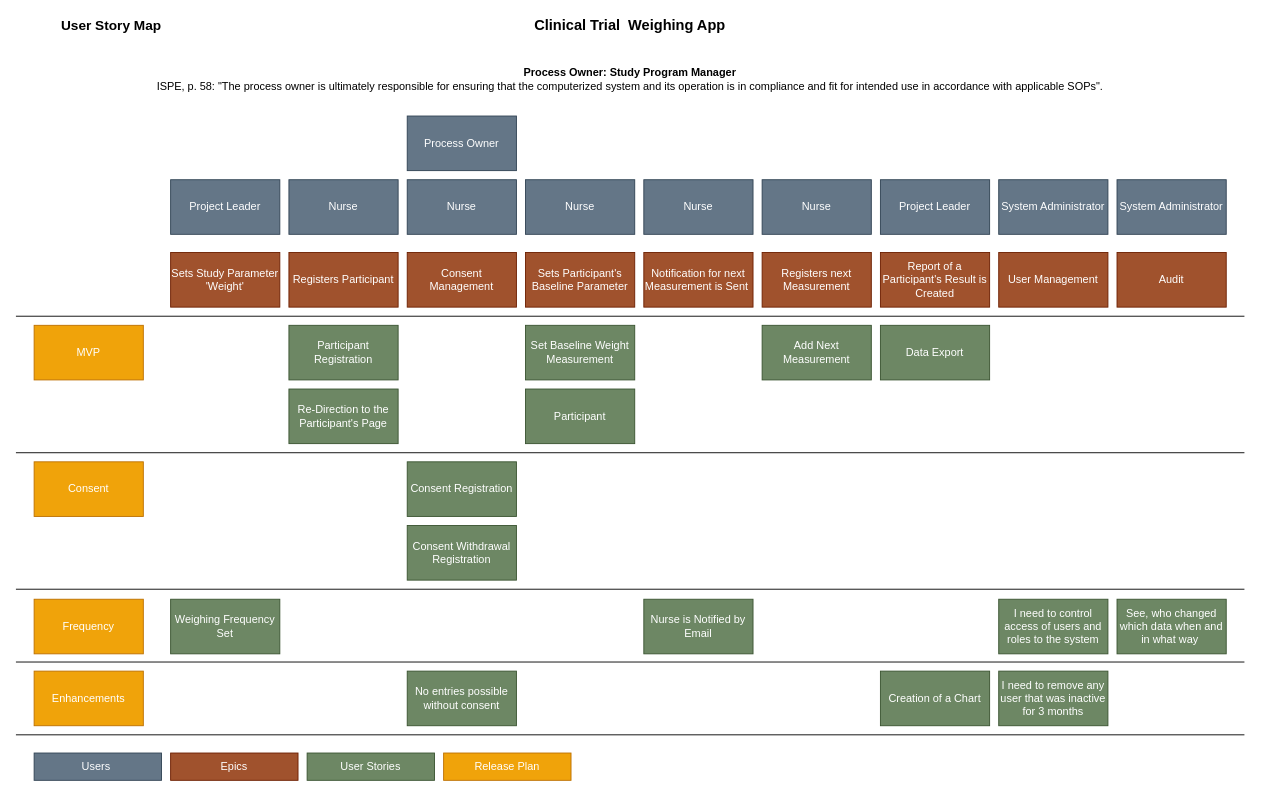
The draw.io diagram jba-oq-documents/JBA_UserStoryMap.drawio in sableu/BDD4OQ, before the edit. Source tidied: cells renumbered, new cells numbered last; positions are measured from the earlier drawing's top-left corner, leaving out a move shared by most shapes. Both pictures are drawn from the tidied source at 91%, with x=0, y=0 at pixel (15, 15).
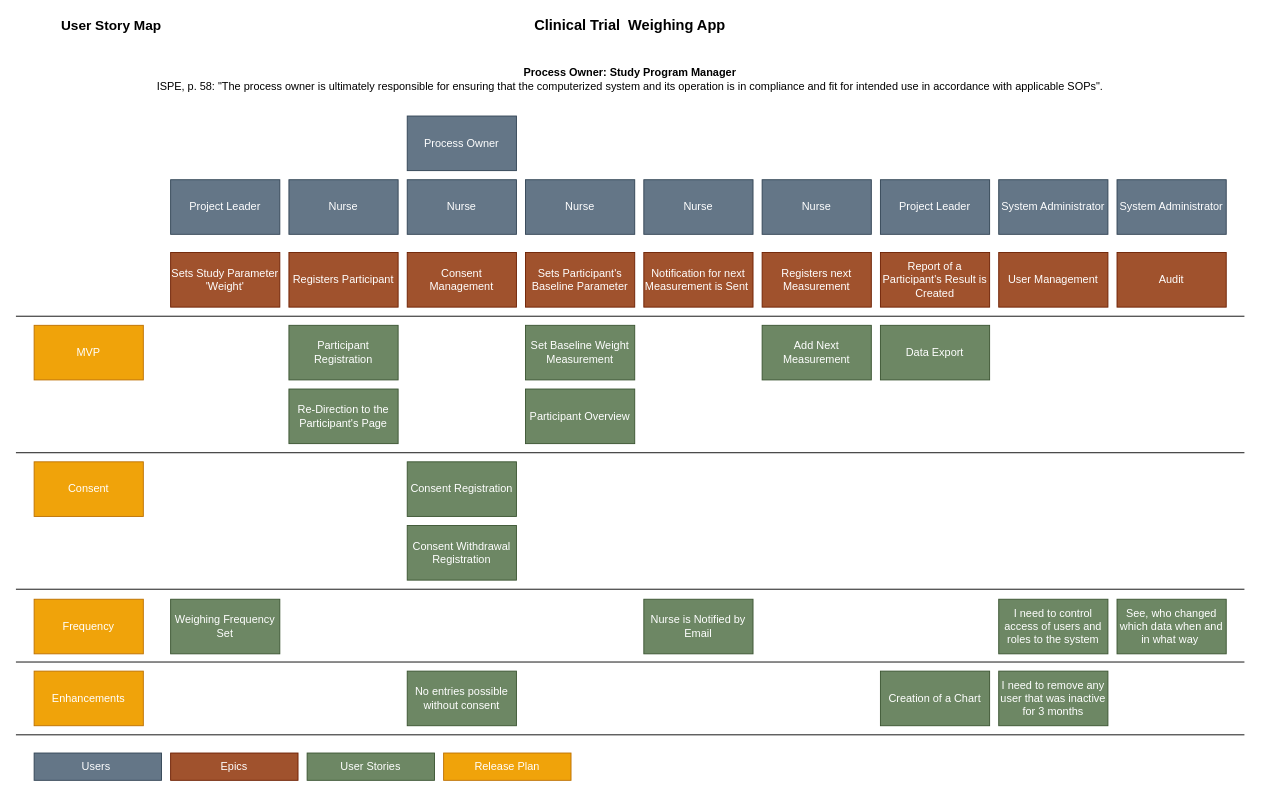
The same diagram, later.

Change to the diagram source:
```diff
@@
-    <mxCell id="22" value="Participant" style="rounded=0;whiteSpace=wrap;html=1;fillColor=#6d8764;strokeColor=#3A5431;fontColor=#ffffff;" parent="1" vertex="1">
+    <mxCell id="22" value="Participant Overview" style="rounded=0;whiteSpace=wrap;html=1;fillColor=#6d8764;strokeColor=#3A5431;fontColor=#ffffff;" parent="1" vertex="1">
       <mxGeometry x="560" y="410" width="120" height="60" as="geometry" />
     </mxCell>
```
